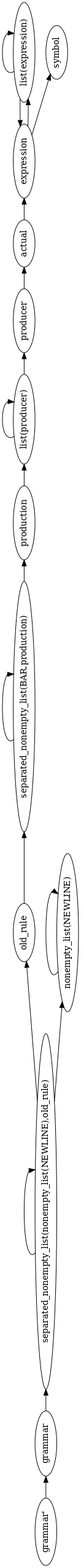
Before: sentenceParser.png, a diagram exported from Graphviz (meta-introspector/gbnf-nice-parser). Its source is kept beside it as lib/sentenceParser.dot.
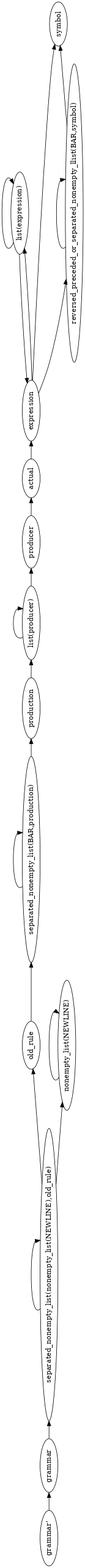
Later version of the same file.

The edit, as a diff of the source:
```diff
@@ -6,32 +6,36 @@
 nt1 [ label="symbol" ] ;
 nt2 [ label="separated_nonempty_list(nonempty_list(NEWLINE),old_rule)" ] ;
 nt3 [ label="separated_nonempty_list(BAR,production)" ] ;
-nt4 [ label="production" ] ;
-nt5 [ label="producer" ] ;
-nt6 [ label="old_rule" ] ;
-nt7 [ label="nonempty_list(NEWLINE)" ] ;
-nt8 [ label="list(producer)" ] ;
-nt9 [ label="list(expression)" ] ;
-nt10 [ label="grammar" ] ;
-nt11 [ label="expression" ] ;
-nt12 [ label="actual" ] ;
-nt0 -> nt10 [ label="" ] ;
+nt4 [ label="reversed_preceded_or_separated_nonempty_llist(BAR,symbol)" ] ;
+nt5 [ label="production" ] ;
+nt6 [ label="producer" ] ;
+nt7 [ label="old_rule" ] ;
+nt8 [ label="nonempty_list(NEWLINE)" ] ;
+nt9 [ label="list(producer)" ] ;
+nt10 [ label="list(expression)" ] ;
+nt11 [ label="grammar" ] ;
+nt12 [ label="expression" ] ;
+nt13 [ label="actual" ] ;
+nt0 -> nt11 [ label="" ] ;
 nt2 -> nt2 [ label="" ] ;
-nt2 -> nt6 [ label="" ] ;
 nt2 -> nt7 [ label="" ] ;
+nt2 -> nt8 [ label="" ] ;
 nt3 -> nt3 [ label="" ] ;
-nt3 -> nt4 [ label="" ] ;
-nt4 -> nt8 [ label="" ] ;
-nt5 -> nt12 [ label="" ] ;
-nt6 -> nt3 [ label="" ] ;
-nt7 -> nt7 [ label="" ] ;
-nt8 -> nt5 [ label="" ] ;
+nt3 -> nt5 [ label="" ] ;
+nt4 -> nt1 [ label="" ] ;
+nt4 -> nt4 [ label="" ] ;
+nt5 -> nt9 [ label="" ] ;
+nt6 -> nt13 [ label="" ] ;
+nt7 -> nt3 [ label="" ] ;
 nt8 -> nt8 [ label="" ] ;
+nt9 -> nt6 [ label="" ] ;
 nt9 -> nt9 [ label="" ] ;
-nt9 -> nt11 [ label="" ] ;
-nt10 -> nt2 [ label="" ] ;
-nt11 -> nt1 [ label="" ] ;
-nt11 -> nt9 [ label="" ] ;
-nt12 -> nt11 [ label="" ] ;
+nt10 -> nt10 [ label="" ] ;
+nt10 -> nt12 [ label="" ] ;
+nt11 -> nt2 [ label="" ] ;
+nt12 -> nt1 [ label="" ] ;
+nt12 -> nt4 [ label="" ] ;
+nt12 -> nt10 [ label="" ] ;
+nt13 -> nt12 [ label="" ] ;
 
 }
```
